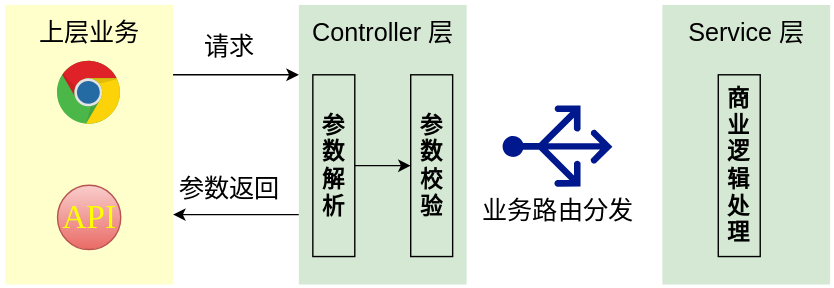
The draw.io diagram posts/check-rule/Controller.svg in kydance/kydance.github.io, before a commit. Source tidied: cells renumbered, new cells last; positions are measured from the earlier drawing's top-left corner, leaving out a move shared by most shapes.
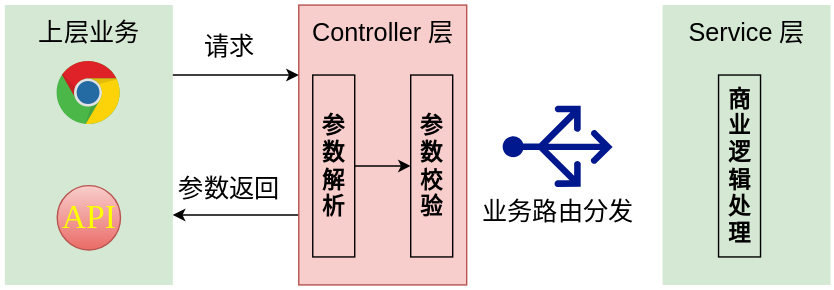
After the commit.

Diff of the diagram source:
```diff
@@ -2,13 +2,13 @@
   <root>
     <mxCell id="0" />
     <mxCell id="1" parent="0" />
-    <mxCell id="2" style="rounded=0;whiteSpace=wrap;html=1;fillColor=#FFFFCC;strokeColor=none;" parent="1" vertex="1">
+    <mxCell id="2" style="rounded=0;whiteSpace=wrap;html=1;fillColor=#d5e8d4;strokeColor=none;" parent="1" vertex="1">
       <mxGeometry width="120" height="200" as="geometry" />
     </mxCell>
     <mxCell id="3" style="edgeStyle=orthogonalEdgeStyle;rounded=0;jettySize=auto;html=1;exitX=0;exitY=0.75;exitDx=0;exitDy=0;entryX=1;entryY=0.75;entryDx=0;entryDy=0;" parent="1" edge="1" source="4" target="2">
       <mxGeometry relative="1" as="geometry" />
     </mxCell>
-    <mxCell id="4" style="rounded=0;whiteSpace=wrap;html=1;fillColor=#D5E8D4;strokeColor=none;" parent="1" vertex="1">
+    <mxCell id="4" style="rounded=0;whiteSpace=wrap;html=1;fillColor=#f8cecc;strokeColor=#b85450;" parent="1" vertex="1">
       <mxGeometry x="210" width="120" height="200" as="geometry" />
     </mxCell>
     <mxCell id="5" style="dashed=0;html=1;align=center;labelPosition=center;verticalLabelPosition=bottom;verticalAlign=top;shape=mxgraph.weblogos.chrome;" parent="1" vertex="1">
```
